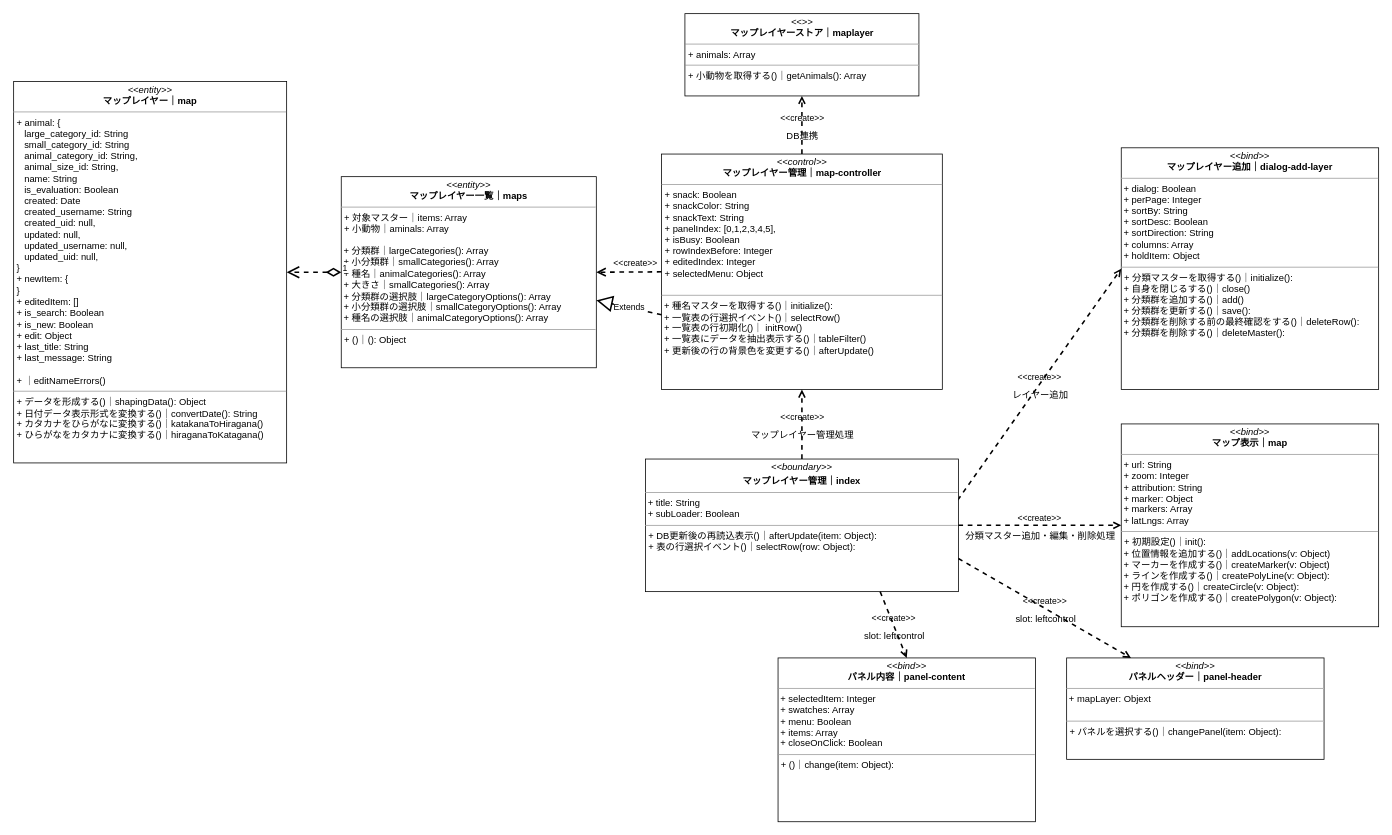
Before: iriomote-anymaps.drawio in kaoru387/draw.io, a draw.io diagram. Source tidied: cells renumbered, new cells numbered last; positions are measured from the earlier drawing's top-left corner, leaving out a move shared by most shapes. Both pictures are drawn from the tidied source at 78%, with x=0, y=0 at pixel (13, 13).
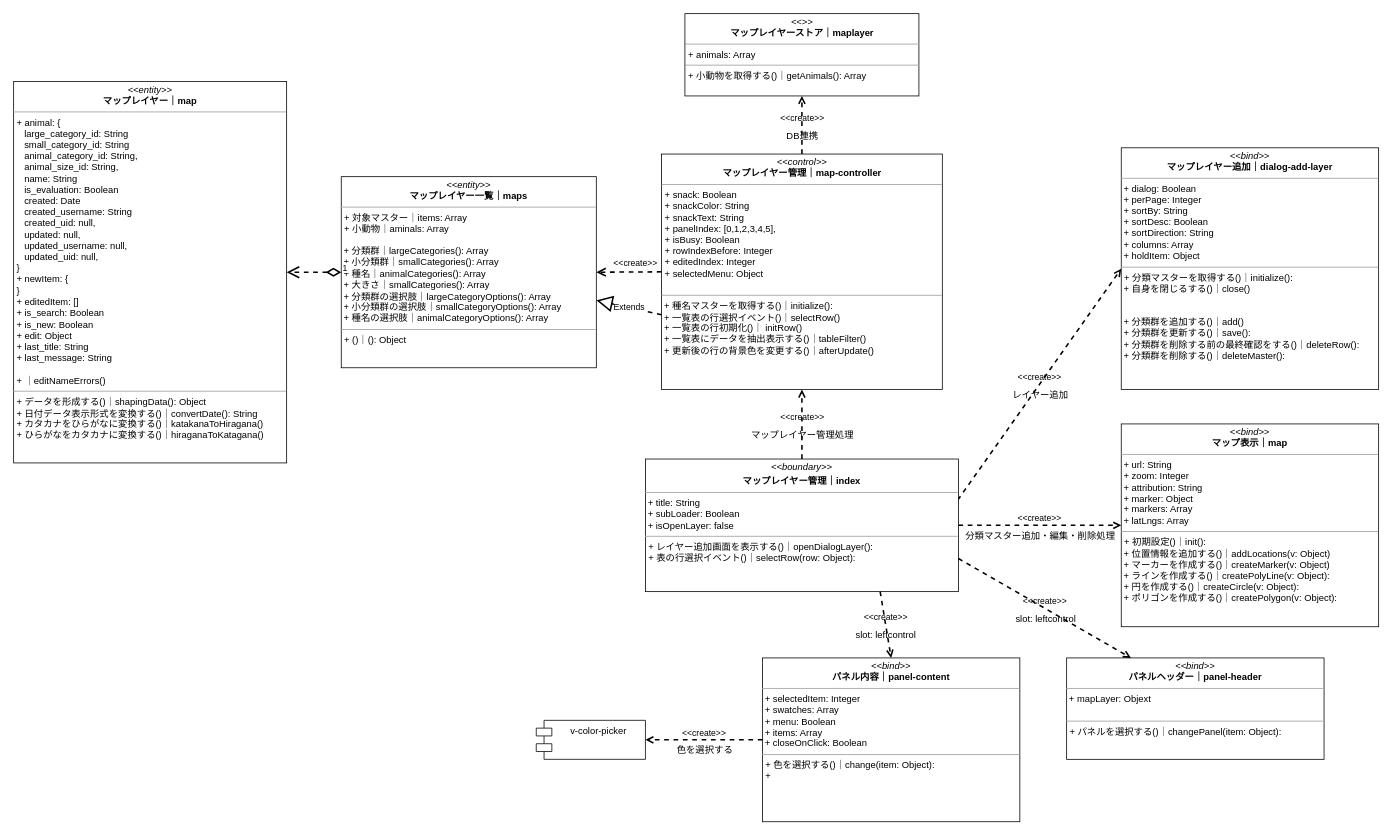
After the change.

Commit message (it also covers changes not shown here):
iriomote-anymaps.drawio を更新します

What changed in the source:
```diff
@@
-    <mxCell id="5" value="&lt;p style=&quot;margin:0px;margin-top:4px;text-align:center;&quot;&gt;&lt;i&gt;&amp;lt;&amp;lt;bind&amp;gt;&amp;gt;&lt;/i&gt;&lt;br&gt;&lt;b&gt;マップレイヤー追加｜&lt;/b&gt;&lt;b style=&quot;background-color: initial;&quot;&gt;dialog-add-layer&lt;/b&gt;&lt;/p&gt;&lt;hr size=&quot;1&quot;&gt;&lt;div&gt;&lt;span style=&quot;background-color: initial;&quot;&gt;&amp;nbsp;+ dialog: Boolean&lt;/span&gt;&lt;/div&gt;&lt;div&gt;&amp;nbsp;+ perPage: Integer&lt;/div&gt;&amp;nbsp;+&amp;nbsp;&lt;span style=&quot;background-color: initial;&quot;&gt;sortBy: String&lt;/span&gt;&lt;br&gt;&amp;nbsp;+&amp;nbsp;&lt;span style=&quot;background-color: initial;&quot;&gt;sortDesc: Boolean&lt;/span&gt;&lt;br&gt;&amp;nbsp;+&amp;nbsp;&lt;span style=&quot;background-color: initial;&quot;&gt;sortDirection: String&lt;/span&gt;&lt;br&gt;&amp;nbsp;+&amp;nbsp;&lt;span style=&quot;background-color: initial;&quot;&gt;columns: Array&lt;/span&gt;&lt;span style=&quot;background-color: initial;&quot;&gt;&lt;br&gt;&lt;/span&gt;&amp;nbsp;+&amp;nbsp;&lt;span style=&quot;background-color: initial;&quot;&gt;holdItem: Object&lt;/span&gt;&lt;br&gt;&lt;hr size=&quot;1&quot;&gt;&lt;p style=&quot;margin:0px;margin-left:4px;&quot;&gt;+ 分類マスターを取得する()｜initialize():&amp;nbsp;&lt;/p&gt;&amp;nbsp;+ 自身を閉じるする()｜close()&lt;br&gt;&amp;nbsp;+ 分類群を追加する()｜add()&lt;br&gt;&amp;nbsp;+ 分類群を更新する()｜save():&amp;nbsp;&lt;br&gt;&amp;nbsp;+ 分類群を削除する前の最終確認をする()｜deleteRow():&amp;nbsp;&lt;br&gt;&amp;nbsp;+ 分類群を削除する()｜deleteMaster():&amp;nbsp;" style="verticalAlign=top;align=left;overflow=fill;fontSize=12;fontFamily=Helvetica;html=1;" parent="1" vertex="1">
+    <mxCell id="5" value="&lt;p style=&quot;margin:0px;margin-top:4px;text-align:center;&quot;&gt;&lt;i&gt;&amp;lt;&amp;lt;bind&amp;gt;&amp;gt;&lt;/i&gt;&lt;br&gt;&lt;b&gt;マップレイヤー追加｜&lt;/b&gt;&lt;b style=&quot;background-color: initial;&quot;&gt;dialog-add-layer&lt;/b&gt;&lt;/p&gt;&lt;hr size=&quot;1&quot;&gt;&lt;div&gt;&lt;span style=&quot;background-color: initial;&quot;&gt;&amp;nbsp;+ dialog: Boolean&lt;/span&gt;&lt;/div&gt;&lt;div&gt;&amp;nbsp;+ perPage: Integer&lt;/div&gt;&amp;nbsp;+&amp;nbsp;&lt;span style=&quot;background-color: initial;&quot;&gt;sortBy: String&lt;/span&gt;&lt;br&gt;&amp;nbsp;+&amp;nbsp;&lt;span style=&quot;background-color: initial;&quot;&gt;sortDesc: Boolean&lt;/span&gt;&lt;br&gt;&amp;nbsp;+&amp;nbsp;&lt;span style=&quot;background-color: initial;&quot;&gt;sortDirection: String&lt;/span&gt;&lt;br&gt;&amp;nbsp;+&amp;nbsp;&lt;span style=&quot;background-color: initial;&quot;&gt;columns: Array&lt;/span&gt;&lt;span style=&quot;background-color: initial;&quot;&gt;&lt;br&gt;&lt;/span&gt;&amp;nbsp;+&amp;nbsp;&lt;span style=&quot;background-color: initial;&quot;&gt;holdItem: Object&lt;/span&gt;&lt;br&gt;&lt;hr size=&quot;1&quot;&gt;&lt;p style=&quot;margin:0px;margin-left:4px;&quot;&gt;+ 分類マスターを取得する()｜initialize():&amp;nbsp;&lt;/p&gt;&amp;nbsp;+ 自身を閉じるする()｜close()&lt;br&gt;&lt;br&gt;&lt;br&gt;&amp;nbsp;+ 分類群を追加する()｜add()&lt;br&gt;&amp;nbsp;+ 分類群を更新する()｜save():&amp;nbsp;&lt;br&gt;&amp;nbsp;+ 分類群を削除する前の最終確認をする()｜deleteRow():&amp;nbsp;&lt;br&gt;&amp;nbsp;+ 分類群を削除する()｜deleteMaster():&amp;nbsp;" style="verticalAlign=top;align=left;overflow=fill;fontSize=12;fontFamily=Helvetica;html=1;" parent="1" vertex="1">
       <mxGeometry x="1420" y="172" width="330" height="310" as="geometry" />
     </mxCell>
@@
-    <mxCell id="9" value="&lt;p style=&quot;margin:0px;margin-top:4px;text-align:center;&quot;&gt;&lt;i&gt;&amp;lt;&amp;lt;boundary&amp;gt;&amp;gt;&lt;/i&gt;&lt;b&gt;&lt;br&gt;&lt;/b&gt;&lt;/p&gt;&lt;p style=&quot;margin:0px;margin-top:4px;text-align:center;&quot;&gt;&lt;b&gt;マップレイヤー管理｜index&lt;/b&gt;&lt;/p&gt;&lt;hr size=&quot;1&quot;&gt;&lt;div&gt;&amp;nbsp;+ title: String&lt;/div&gt;&lt;div&gt;&lt;span style=&quot;background-color: initial;&quot;&gt;&amp;nbsp;+ subLoader: Boolean&lt;/span&gt;&lt;/div&gt;&lt;hr size=&quot;1&quot;&gt;&lt;p style=&quot;margin:0px;margin-left:4px;&quot;&gt;+ DB更新後の再読込表示()｜afterUpdate(item: Object):&amp;nbsp;&lt;span style=&quot;background-color: initial;&quot;&gt;&lt;br&gt;&lt;/span&gt;&lt;/p&gt;&lt;p style=&quot;margin:0px;margin-left:4px;&quot;&gt;+ 表の行選択イベント()｜selectRow(row: Object):&amp;nbsp;&lt;br&gt;&lt;/p&gt;&lt;p style=&quot;margin:0px;margin-left:4px;&quot;&gt;&lt;/p&gt;" style="verticalAlign=top;align=left;overflow=fill;fontSize=12;fontFamily=Helvetica;html=1;" parent="1" vertex="1">
+    <mxCell id="9" value="&lt;p style=&quot;margin:0px;margin-top:4px;text-align:center;&quot;&gt;&lt;i&gt;&amp;lt;&amp;lt;boundary&amp;gt;&amp;gt;&lt;/i&gt;&lt;b&gt;&lt;br&gt;&lt;/b&gt;&lt;/p&gt;&lt;p style=&quot;margin:0px;margin-top:4px;text-align:center;&quot;&gt;&lt;b&gt;マップレイヤー管理｜index&lt;/b&gt;&lt;/p&gt;&lt;hr size=&quot;1&quot;&gt;&lt;div&gt;&amp;nbsp;+ title: String&lt;/div&gt;&lt;div&gt;&lt;span style=&quot;background-color: initial;&quot;&gt;&amp;nbsp;+ subLoader: Boolean&lt;/span&gt;&lt;/div&gt;&lt;div&gt;&lt;span style=&quot;background-color: initial;&quot;&gt;&amp;nbsp;+ isOpenLayer: false&lt;/span&gt;&lt;/div&gt;&lt;hr size=&quot;1&quot;&gt;&lt;p style=&quot;margin:0px;margin-left:4px;&quot;&gt;+ レイヤー追加画面を表示する()｜openDialogLayer():&amp;nbsp;&lt;span style=&quot;background-color: initial;&quot;&gt;&lt;br&gt;&lt;/span&gt;&lt;/p&gt;&lt;p style=&quot;margin:0px;margin-left:4px;&quot;&gt;+ 表の行選択イベント()｜selectRow(row: Object):&amp;nbsp;&lt;br&gt;&lt;/p&gt;&lt;p style=&quot;margin:0px;margin-left:4px;&quot;&gt;&lt;/p&gt;" style="verticalAlign=top;align=left;overflow=fill;fontSize=12;fontFamily=Helvetica;html=1;" parent="1" vertex="1">
       <mxGeometry x="810" y="571" width="401.2" height="170" as="geometry" />
     </mxCell>
@@
-    <mxCell id="21" value="&lt;p style=&quot;margin:0px;margin-top:4px;text-align:center;&quot;&gt;&lt;i&gt;&amp;lt;&amp;lt;bind&amp;gt;&amp;gt;&lt;/i&gt;&lt;br&gt;&lt;b&gt;パネル内容｜&lt;/b&gt;&lt;b style=&quot;background-color: initial;&quot;&gt;panel-content&lt;/b&gt;&lt;/p&gt;&lt;hr size=&quot;1&quot;&gt;&lt;div&gt;&lt;span style=&quot;background-color: initial;&quot;&gt;&amp;nbsp;+ selectedItem: Integer&lt;/span&gt;&lt;/div&gt;&lt;div&gt;&lt;span style=&quot;background-color: initial;&quot;&gt;&amp;nbsp;+ swatches: Array&lt;/span&gt;&lt;/div&gt;&amp;nbsp;+ menu: Boolean&lt;br&gt;&amp;nbsp;+ items: Array&lt;br&gt;&amp;nbsp;+&amp;nbsp;closeOnClick: Boolean&lt;br&gt;&lt;hr size=&quot;1&quot;&gt;&lt;p style=&quot;margin:0px;margin-left:4px;&quot;&gt;+ ()｜change(item: Object):&amp;nbsp;&lt;/p&gt;" style="verticalAlign=top;align=left;overflow=fill;fontSize=12;fontFamily=Helvetica;html=1;" parent="1" vertex="1">
-      <mxGeometry x="980" y="826" width="330" height="210" as="geometry" />
+    <mxCell id="21" value="&lt;p style=&quot;margin:0px;margin-top:4px;text-align:center;&quot;&gt;&lt;i&gt;&amp;lt;&amp;lt;bind&amp;gt;&amp;gt;&lt;/i&gt;&lt;br&gt;&lt;b&gt;パネル内容｜&lt;/b&gt;&lt;b style=&quot;background-color: initial;&quot;&gt;panel-content&lt;/b&gt;&lt;/p&gt;&lt;hr size=&quot;1&quot;&gt;&lt;div&gt;&lt;span style=&quot;background-color: initial;&quot;&gt;&amp;nbsp;+ selectedItem: Integer&lt;/span&gt;&lt;/div&gt;&lt;div&gt;&lt;span style=&quot;background-color: initial;&quot;&gt;&amp;nbsp;+ swatches: Array&lt;/span&gt;&lt;/div&gt;&amp;nbsp;+ menu: Boolean&lt;br&gt;&amp;nbsp;+ items: Array&lt;br&gt;&amp;nbsp;+&amp;nbsp;closeOnClick: Boolean&lt;br&gt;&lt;hr size=&quot;1&quot;&gt;&lt;p style=&quot;margin:0px;margin-left:4px;&quot;&gt;+ 色を選択する()｜change(item: Object):&amp;nbsp;&lt;/p&gt;&lt;p style=&quot;margin:0px;margin-left:4px;&quot;&gt;+&amp;nbsp;&lt;/p&gt;" style="verticalAlign=top;align=left;overflow=fill;fontSize=12;fontFamily=Helvetica;html=1;" parent="1" vertex="1">
+      <mxGeometry x="960" y="826" width="330" height="210" as="geometry" />
     </mxCell>
@@
+    <mxCell id="26" value="v-color-picker" style="shape=module;align=left;spacingLeft=20;align=center;verticalAlign=top;" parent="1" vertex="1">
+      <mxGeometry x="670" y="906" width="140" height="50" as="geometry" />
+    </mxCell>
+    <mxCell id="27" value="&amp;lt;&amp;lt;create&amp;gt;&amp;gt;" style="endArrow=open;html=1;rounded=0;align=center;verticalAlign=bottom;dashed=1;endFill=0;labelBackgroundColor=none;fontColor=#000000;startSize=22;endSize=6;sourcePerimeterSpacing=0;targetPerimeterSpacing=0;strokeWidth=2;jumpSize=6;entryX=1;entryY=0.5;entryDx=0;entryDy=0;" parent="1" edge="1" source="21" target="26">
+      <mxGeometry relative="1" as="geometry" />
+    </mxCell>
+    <mxCell id="28" value="色を選択する" style="html=1;align=center;verticalAlign=top;labelBackgroundColor=none;fontColor=#000000;" parent="27" vertex="1">
+      <mxGeometry relative="1" as="geometry" />
+    </mxCell>
```
